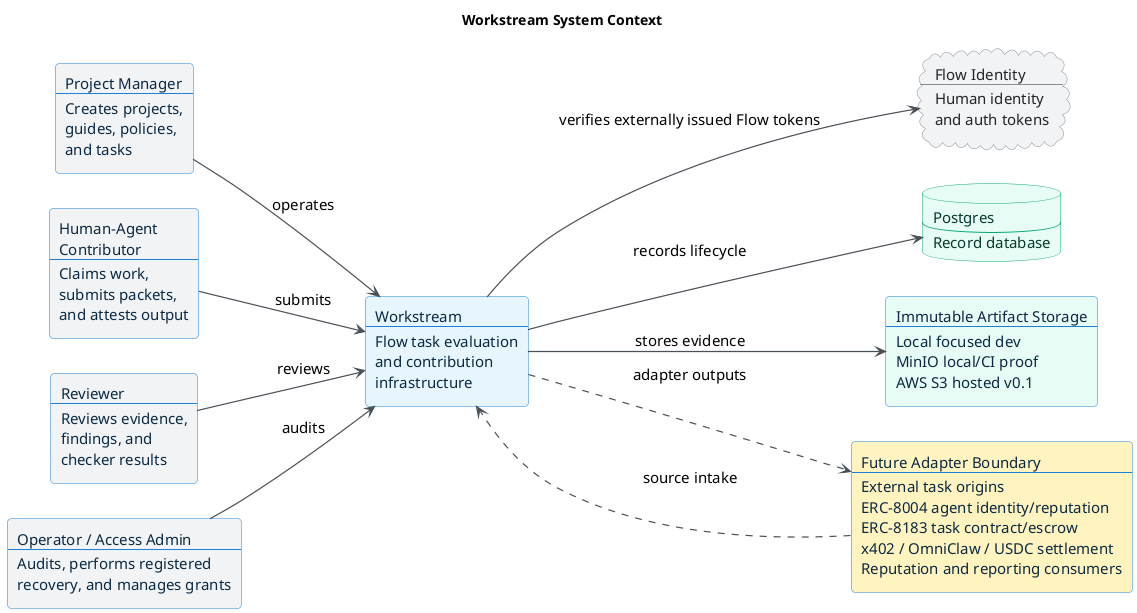
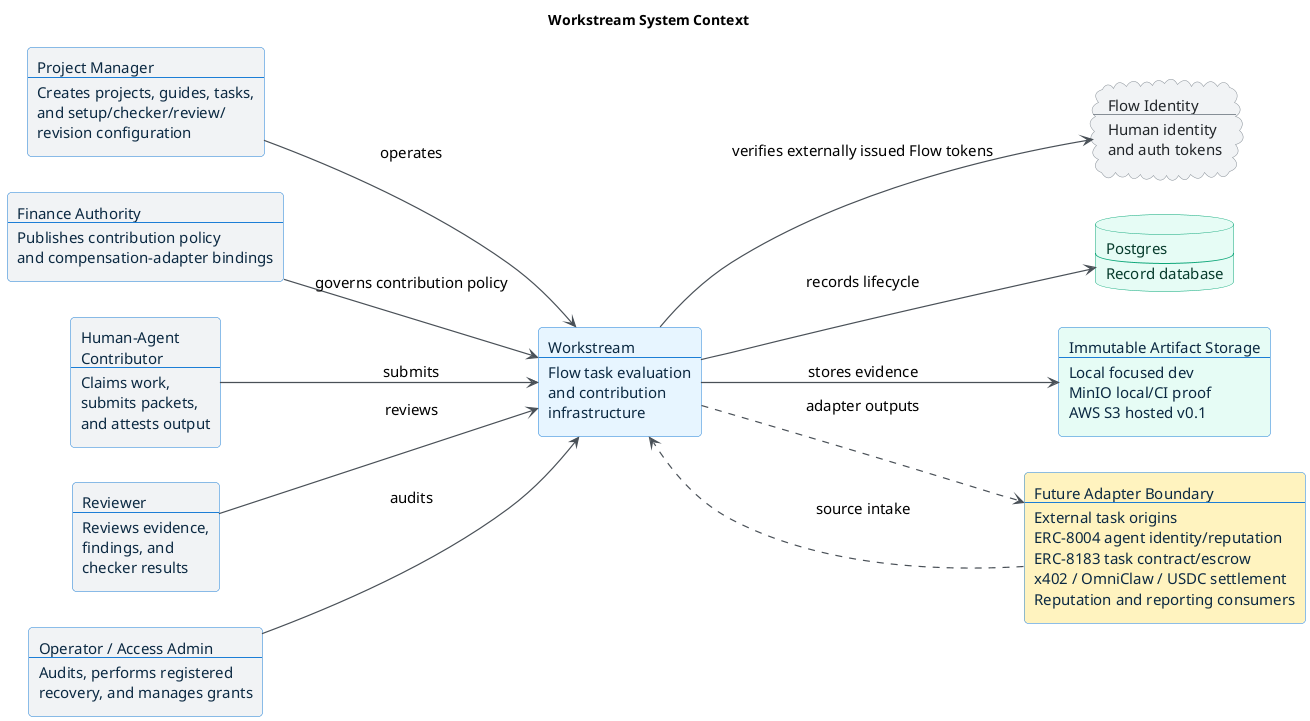
@startuml workstream_context
title Workstream System Context

left to right direction

skinparam backgroundColor #FFFFFF
skinparam shadowing false
skinparam roundcorner 8
skinparam defaultFontName Arial
skinparam defaultFontSize 15
skinparam ArrowColor #495057
skinparam ArrowThickness 1.2
skinparam packageStyle rectangle
skinparam rectangle {
  BorderColor #1C7ED6
  BackgroundColor #E7F5FF
  FontColor #0B2942
}
skinparam database {
  BorderColor #0CA678
  BackgroundColor #E6FCF5
  FontColor #063B2C
}
skinparam cloud {
  BorderColor #868E96
  BackgroundColor #F1F3F5
  FontColor #212529
}

- rectangle "Project Manager\n----\nCreates projects,\nguides, policies,\nand tasks" as project_manager #F1F3F5
+ rectangle "Project Manager\n----\nCreates projects, guides, tasks,\nand setup/checker/review/\nrevision configuration" as project_manager #F1F3F5
+ rectangle "Finance Authority\n----\nPublishes contribution policy\nand compensation-adapter bindings" as finance_authority #F1F3F5
rectangle "Human-Agent\nContributor\n----\nClaims work,\nsubmits packets,\nand attests output" as contributor #F1F3F5
rectangle "Reviewer\n----\nReviews evidence,\nfindings, and\nchecker results" as reviewer #F1F3F5
rectangle "Operator / Access Admin\n----\nAudits, performs registered\nrecovery, and manages grants" as operator #F1F3F5

rectangle "Workstream\n----\nFlow task evaluation\nand contribution\ninfrastructure" as workstream #E7F5FF

cloud "Flow Identity\n----\nHuman identity\nand auth tokens" as flow_auth
database "Postgres\n----\nRecord database" as postgres
rectangle "Immutable Artifact Storage\n----\nLocal focused dev\nMinIO local/CI proof\nAWS S3 hosted v0.1" as storage #E6FCF5

rectangle "Future Adapter Boundary\n----\nExternal task origins\nERC-8004 agent identity/reputation\nERC-8183 task contract/escrow\nx402 / OmniClaw / USDC settlement\nReputation and reporting consumers" as future_boundary #FFF3BF

project_manager --> workstream : operates
+ finance_authority --> workstream : governs contribution policy
contributor --> workstream : submits
reviewer --> workstream : reviews
operator --> workstream : audits

workstream --> flow_auth : verifies externally issued Flow tokens
workstream --> postgres : records lifecycle
workstream --> storage : stores evidence

future_boundary ..> workstream : source intake
workstream ..> future_boundary : adapter outputs

@enduml
